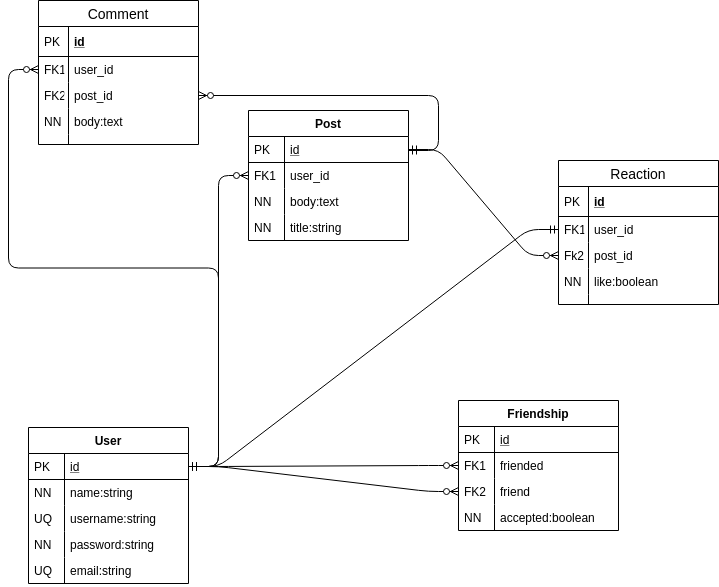
flpfar/ror-social-scaffold keeps this draw.io diagram as docs/erd.png. Above is the earlier version. Source tidied: cells renumbered, new cells last; positions are measured from the earlier drawing's top-left corner, leaving out a move shared by most shapes. Source of this version:
```xml
<mxGraphModel>
  <root>
    <mxCell id="0" />
    <mxCell id="1" parent="0" />
    <mxCell id="2" style="edgeStyle=entityRelationEdgeStyle;fontSize=12;html=1;endArrow=ERzeroToMany;startArrow=ERmandOne;entryX=0;entryY=0.5;entryDx=0;entryDy=0;exitX=1;exitY=0.5;exitDx=0;exitDy=0;" parent="1" edge="1" source="41" target="54">
      <mxGeometry relative="1" as="geometry" />
    </mxCell>
    <mxCell id="3" style="edgeStyle=entityRelationEdgeStyle;fontSize=12;html=1;endArrow=ERzeroToMany;startArrow=ERmandOne;entryX=0;entryY=0.5;entryDx=0;entryDy=0;exitX=1;exitY=0.5;exitDx=0;exitDy=0;" parent="1" edge="1" source="41" target="56">
      <mxGeometry relative="1" as="geometry" />
    </mxCell>
    <mxCell id="4" style="edgeStyle=entityRelationEdgeStyle;fontSize=12;html=1;endArrow=ERzeroToMany;startArrow=ERmandOne;entryX=0;entryY=0.5;entryDx=0;entryDy=0;exitX=1;exitY=0.5;exitDx=0;exitDy=0;" parent="1" edge="1" source="41" target="20">
      <mxGeometry relative="1" as="geometry" />
    </mxCell>
    <mxCell id="5" value="Comment" style="swimlane;fontStyle=0;horizontal=1;startSize=26;align=center;fontSize=14;" parent="1" vertex="1">
      <mxGeometry x="10" width="160" height="144" as="geometry" />
    </mxCell>
    <mxCell id="6" value="id" style="shape=partialRectangle;top=0;left=0;right=0;bottom=1;align=left;verticalAlign=middle;fillColor=none;spacingLeft=34;spacingRight=4;overflow=hidden;fontStyle=5;fontSize=12;" parent="5" vertex="1">
      <mxGeometry y="26" width="160" height="30" as="geometry" />
    </mxCell>
    <mxCell id="7" value="PK" style="shape=partialRectangle;top=0;left=0;bottom=0;fillColor=none;align=left;verticalAlign=middle;spacingLeft=4;spacingRight=4;overflow=hidden;fontSize=12;" parent="6" vertex="1">
      <mxGeometry width="30" height="30" as="geometry" />
    </mxCell>
    <mxCell id="8" value="user_id" style="shape=partialRectangle;top=0;left=0;right=0;bottom=0;align=left;verticalAlign=top;fillColor=none;spacingLeft=34;spacingRight=4;overflow=hidden;points=[[0,0.5],[1,0.5]];portConstraint=eastwest;fontSize=12;" parent="5" vertex="1">
      <mxGeometry y="56" width="160" height="26" as="geometry" />
    </mxCell>
    <mxCell id="9" value="FK1" style="shape=partialRectangle;top=0;left=0;bottom=0;fillColor=none;align=left;verticalAlign=top;spacingLeft=4;spacingRight=4;overflow=hidden;fontSize=12;" parent="8" vertex="1">
      <mxGeometry width="30" height="26" as="geometry" />
    </mxCell>
    <mxCell id="10" value="post_id" style="shape=partialRectangle;top=0;left=0;right=0;bottom=0;align=left;verticalAlign=top;fillColor=none;spacingLeft=34;spacingRight=4;overflow=hidden;points=[[0,0.5],[1,0.5]];portConstraint=eastwest;fontSize=12;" parent="5" vertex="1">
      <mxGeometry y="82" width="160" height="26" as="geometry" />
    </mxCell>
    <mxCell id="11" value="FK2" style="shape=partialRectangle;top=0;left=0;bottom=0;fillColor=none;align=left;verticalAlign=top;spacingLeft=4;spacingRight=4;overflow=hidden;fontSize=12;" parent="10" vertex="1">
      <mxGeometry width="30" height="26" as="geometry" />
    </mxCell>
    <mxCell id="12" value="body:text" style="shape=partialRectangle;top=0;left=0;right=0;bottom=0;align=left;verticalAlign=top;fillColor=none;spacingLeft=34;spacingRight=4;overflow=hidden;fontSize=12;" parent="5" vertex="1">
      <mxGeometry y="108" width="160" height="26" as="geometry" />
    </mxCell>
    <mxCell id="13" value="NN" style="shape=partialRectangle;top=0;left=0;bottom=0;fillColor=none;align=left;verticalAlign=top;spacingLeft=4;spacingRight=4;overflow=hidden;fontSize=12;" parent="12" vertex="1">
      <mxGeometry width="30" height="26" as="geometry" />
    </mxCell>
    <mxCell id="14" style="shape=partialRectangle;top=0;left=0;right=0;bottom=0;align=left;verticalAlign=top;fillColor=none;spacingLeft=34;spacingRight=4;overflow=hidden;fontSize=12;" parent="5" vertex="1">
      <mxGeometry y="134" width="160" height="10" as="geometry" />
    </mxCell>
    <mxCell id="15" style="shape=partialRectangle;top=0;left=0;bottom=0;fillColor=none;align=left;verticalAlign=top;spacingLeft=4;spacingRight=4;overflow=hidden;fontSize=12;" parent="14" vertex="1">
      <mxGeometry width="30" height="10" as="geometry" />
    </mxCell>
    <mxCell id="16" style="edgeStyle=entityRelationEdgeStyle;fontSize=12;html=1;endArrow=ERzeroToMany;startArrow=ERmandOne;entryX=0;entryY=0.5;entryDx=0;entryDy=0;exitX=1;exitY=0.5;exitDx=0;exitDy=0;" parent="1" edge="1" source="41" target="8">
      <mxGeometry relative="1" as="geometry" />
    </mxCell>
    <mxCell id="17" value="Post" style="swimlane;fontStyle=1;horizontal=1;startSize=26;rounded=0;shadow=0;strokeWidth=1;" parent="1" vertex="1">
      <mxGeometry x="220" y="110" width="160" height="130" as="geometry" />
    </mxCell>
    <mxCell id="18" value="id" style="shape=partialRectangle;top=0;left=0;right=0;bottom=1;align=left;verticalAlign=top;fillColor=none;spacingLeft=40;spacingRight=4;overflow=hidden;points=[[0,0.5],[1,0.5]];portConstraint=eastwest;rounded=0;shadow=0;strokeWidth=1;fontStyle=4;" parent="17" vertex="1">
      <mxGeometry y="26" width="160" height="26" as="geometry" />
    </mxCell>
    <mxCell id="19" value="PK" style="shape=partialRectangle;top=0;left=0;bottom=0;fillColor=none;align=left;verticalAlign=top;spacingLeft=4;spacingRight=4;overflow=hidden;" parent="18" vertex="1">
      <mxGeometry width="36" height="26" as="geometry" />
    </mxCell>
    <mxCell id="20" value="user_id" style="shape=partialRectangle;top=0;left=0;right=0;bottom=0;align=left;verticalAlign=top;fillColor=none;spacingLeft=40;spacingRight=4;overflow=hidden;points=[[0,0.5],[1,0.5]];portConstraint=eastwest;rounded=0;shadow=0;strokeWidth=1;" parent="17" vertex="1">
      <mxGeometry y="52" width="160" height="26" as="geometry" />
    </mxCell>
    <mxCell id="21" value="FK1" style="shape=partialRectangle;top=0;left=0;bottom=0;fillColor=none;align=left;verticalAlign=top;spacingLeft=4;spacingRight=4;overflow=hidden;" parent="20" vertex="1">
      <mxGeometry width="36" height="26" as="geometry" />
    </mxCell>
    <mxCell id="22" value="body:text" style="shape=partialRectangle;top=0;left=0;right=0;bottom=0;align=left;verticalAlign=top;fillColor=none;spacingLeft=40;spacingRight=4;overflow=hidden;rounded=0;shadow=0;strokeWidth=1;" parent="17" vertex="1">
      <mxGeometry y="78" width="160" height="26" as="geometry" />
    </mxCell>
    <mxCell id="23" value="NN" style="shape=partialRectangle;top=0;left=0;bottom=0;fillColor=none;align=left;verticalAlign=top;spacingLeft=4;spacingRight=4;overflow=hidden;" parent="22" vertex="1">
      <mxGeometry width="36" height="26" as="geometry" />
    </mxCell>
    <mxCell id="24" value="title:string" style="shape=partialRectangle;top=0;left=0;right=0;bottom=0;align=left;verticalAlign=top;fillColor=none;spacingLeft=40;spacingRight=4;overflow=hidden;rounded=0;shadow=0;strokeWidth=1;" parent="17" vertex="1">
      <mxGeometry y="104" width="160" height="26" as="geometry" />
    </mxCell>
    <mxCell id="25" value="NN" style="shape=partialRectangle;top=0;left=0;bottom=0;fillColor=none;align=left;verticalAlign=top;spacingLeft=4;spacingRight=4;overflow=hidden;" parent="24" vertex="1">
      <mxGeometry width="36" height="26" as="geometry" />
    </mxCell>
    <mxCell id="26" value="Reaction" style="swimlane;fontStyle=0;horizontal=1;startSize=26;align=center;fontSize=14;" parent="1" vertex="1">
      <mxGeometry x="530" y="160" width="160" height="144" as="geometry" />
    </mxCell>
    <mxCell id="27" value="id" style="shape=partialRectangle;top=0;left=0;right=0;bottom=1;align=left;verticalAlign=middle;fillColor=none;spacingLeft=34;spacingRight=4;overflow=hidden;fontStyle=5;fontSize=12;" parent="26" vertex="1">
      <mxGeometry y="26" width="160" height="30" as="geometry" />
    </mxCell>
    <mxCell id="28" value="PK" style="shape=partialRectangle;top=0;left=0;bottom=0;fillColor=none;align=left;verticalAlign=middle;spacingLeft=4;spacingRight=4;overflow=hidden;fontSize=12;" parent="27" vertex="1">
      <mxGeometry width="30" height="30" as="geometry" />
    </mxCell>
    <mxCell id="29" value="user_id" style="shape=partialRectangle;top=0;left=0;right=0;bottom=0;align=left;verticalAlign=top;fillColor=none;spacingLeft=34;spacingRight=4;overflow=hidden;points=[[0,0.5],[1,0.5]];portConstraint=eastwest;fontSize=12;" parent="26" vertex="1">
      <mxGeometry y="56" width="160" height="26" as="geometry" />
    </mxCell>
    <mxCell id="30" value="FK1" style="shape=partialRectangle;top=0;left=0;bottom=0;fillColor=none;align=left;verticalAlign=top;spacingLeft=4;spacingRight=4;overflow=hidden;fontSize=12;" parent="29" vertex="1">
      <mxGeometry width="30" height="26" as="geometry" />
    </mxCell>
    <mxCell id="31" value="post_id" style="shape=partialRectangle;top=0;left=0;right=0;bottom=0;align=left;verticalAlign=top;fillColor=none;spacingLeft=34;spacingRight=4;overflow=hidden;points=[[0,0.5],[1,0.5]];portConstraint=eastwest;fontSize=12;" parent="26" vertex="1">
      <mxGeometry y="82" width="160" height="26" as="geometry" />
    </mxCell>
    <mxCell id="32" value="Fk2" style="shape=partialRectangle;top=0;left=0;bottom=0;fillColor=none;align=left;verticalAlign=top;spacingLeft=4;spacingRight=4;overflow=hidden;fontSize=12;" parent="31" vertex="1">
      <mxGeometry width="30" height="26" as="geometry" />
    </mxCell>
    <mxCell id="33" value="like:boolean" style="shape=partialRectangle;top=0;left=0;right=0;bottom=0;align=left;verticalAlign=top;fillColor=none;spacingLeft=34;spacingRight=4;overflow=hidden;fontSize=12;" parent="26" vertex="1">
      <mxGeometry y="108" width="160" height="26" as="geometry" />
    </mxCell>
    <mxCell id="34" value="NN" style="shape=partialRectangle;top=0;left=0;bottom=0;fillColor=none;align=left;verticalAlign=top;spacingLeft=4;spacingRight=4;overflow=hidden;fontSize=12;" parent="33" vertex="1">
      <mxGeometry width="30" height="26" as="geometry" />
    </mxCell>
    <mxCell id="35" style="shape=partialRectangle;top=0;left=0;right=0;bottom=0;align=left;verticalAlign=top;fillColor=none;spacingLeft=34;spacingRight=4;overflow=hidden;fontSize=12;" parent="26" vertex="1">
      <mxGeometry y="134" width="160" height="10" as="geometry" />
    </mxCell>
    <mxCell id="36" style="shape=partialRectangle;top=0;left=0;bottom=0;fillColor=none;align=left;verticalAlign=top;spacingLeft=4;spacingRight=4;overflow=hidden;fontSize=12;" parent="35" vertex="1">
      <mxGeometry width="30" height="10" as="geometry" />
    </mxCell>
    <mxCell id="37" style="edgeStyle=entityRelationEdgeStyle;fontSize=12;html=1;endArrow=ERzeroToMany;startArrow=ERmandOne;entryX=0;entryY=0.5;entryDx=0;entryDy=0;exitX=1;exitY=0.5;exitDx=0;exitDy=0;" parent="1" edge="1" source="18" target="31">
      <mxGeometry relative="1" as="geometry" />
    </mxCell>
    <mxCell id="38" style="edgeStyle=entityRelationEdgeStyle;fontSize=12;html=1;endArrow=ERmandOne;startArrow=ERmandOne;exitX=1;exitY=0.5;exitDx=0;exitDy=0;entryX=0;entryY=0.5;entryDx=0;entryDy=0;" parent="1" edge="1" source="41" target="29">
      <mxGeometry relative="1" as="geometry" />
    </mxCell>
    <mxCell id="39" style="edgeStyle=entityRelationEdgeStyle;fontSize=12;html=1;endArrow=ERzeroToMany;startArrow=ERmandOne;" parent="1" edge="1" target="10">
      <mxGeometry relative="1" as="geometry">
        <mxPoint x="380" y="150" as="sourcePoint" />
      </mxGeometry>
    </mxCell>
    <mxCell id="40" value="User" style="swimlane;fontStyle=1;horizontal=1;startSize=26;rounded=0;shadow=0;strokeWidth=1;" parent="1" vertex="1">
      <mxGeometry y="427" width="160" height="156" as="geometry" />
    </mxCell>
    <mxCell id="41" value="id" style="shape=partialRectangle;top=0;left=0;right=0;bottom=1;align=left;verticalAlign=top;fillColor=none;spacingLeft=40;spacingRight=4;overflow=hidden;points=[[0,0.5],[1,0.5]];portConstraint=eastwest;rounded=0;shadow=0;strokeWidth=1;fontStyle=4;" parent="40" vertex="1">
      <mxGeometry y="26" width="160" height="26" as="geometry" />
    </mxCell>
    <mxCell id="42" value="PK" style="shape=partialRectangle;top=0;left=0;bottom=0;fillColor=none;align=left;verticalAlign=top;spacingLeft=4;spacingRight=4;overflow=hidden;" parent="41" vertex="1">
      <mxGeometry width="36" height="26" as="geometry" />
    </mxCell>
    <mxCell id="43" value="name:string" style="shape=partialRectangle;top=0;left=0;right=0;bottom=0;align=left;verticalAlign=top;fillColor=none;spacingLeft=40;spacingRight=4;overflow=hidden;rounded=0;shadow=0;strokeWidth=1;" parent="40" vertex="1">
      <mxGeometry y="52" width="160" height="26" as="geometry" />
    </mxCell>
    <mxCell id="44" value="NN" style="shape=partialRectangle;top=0;left=0;bottom=0;fillColor=none;align=left;verticalAlign=top;spacingLeft=4;spacingRight=4;overflow=hidden;" parent="43" vertex="1">
      <mxGeometry width="36" height="26" as="geometry" />
    </mxCell>
    <mxCell id="45" value="username:string" style="shape=partialRectangle;top=0;left=0;right=0;bottom=0;align=left;verticalAlign=top;fillColor=none;spacingLeft=40;spacingRight=4;overflow=hidden;rounded=0;shadow=0;strokeWidth=1;" parent="40" vertex="1">
      <mxGeometry y="78" width="160" height="26" as="geometry" />
    </mxCell>
    <mxCell id="46" value="UQ" style="shape=partialRectangle;top=0;left=0;bottom=0;fillColor=none;align=left;verticalAlign=top;spacingLeft=4;spacingRight=4;overflow=hidden;" parent="45" vertex="1">
      <mxGeometry width="36" height="26" as="geometry" />
    </mxCell>
    <mxCell id="47" value="password:string" style="shape=partialRectangle;top=0;left=0;right=0;bottom=0;align=left;verticalAlign=top;fillColor=none;spacingLeft=40;spacingRight=4;overflow=hidden;rounded=0;shadow=0;strokeWidth=1;" parent="40" vertex="1">
      <mxGeometry y="104" width="160" height="26" as="geometry" />
    </mxCell>
    <mxCell id="48" value="NN" style="shape=partialRectangle;top=0;left=0;bottom=0;fillColor=none;align=left;verticalAlign=top;spacingLeft=4;spacingRight=4;overflow=hidden;" parent="47" vertex="1">
      <mxGeometry width="36" height="26" as="geometry" />
    </mxCell>
    <mxCell id="49" value="email:string" style="shape=partialRectangle;top=0;left=0;right=0;bottom=0;align=left;verticalAlign=top;fillColor=none;spacingLeft=40;spacingRight=4;overflow=hidden;rounded=0;shadow=0;strokeWidth=1;" parent="40" vertex="1">
      <mxGeometry y="130" width="160" height="26" as="geometry" />
    </mxCell>
    <mxCell id="50" value="UQ" style="shape=partialRectangle;top=0;left=0;bottom=0;fillColor=none;align=left;verticalAlign=top;spacingLeft=4;spacingRight=4;overflow=hidden;" parent="49" vertex="1">
      <mxGeometry width="36" height="26" as="geometry" />
    </mxCell>
    <mxCell id="51" value="Friendship" style="swimlane;fontStyle=1;horizontal=1;startSize=26;rounded=0;shadow=0;strokeWidth=1;" parent="1" vertex="1">
      <mxGeometry x="430" y="400" width="160" height="130" as="geometry" />
    </mxCell>
    <mxCell id="52" value="id" style="shape=partialRectangle;top=0;left=0;right=0;bottom=1;align=left;verticalAlign=top;fillColor=none;spacingLeft=40;spacingRight=4;overflow=hidden;rounded=0;shadow=0;strokeWidth=1;fontStyle=4;" parent="51" vertex="1">
      <mxGeometry y="26" width="160" height="26" as="geometry" />
    </mxCell>
    <mxCell id="53" value="PK" style="shape=partialRectangle;top=0;left=0;bottom=0;fillColor=none;align=left;verticalAlign=top;spacingLeft=4;spacingRight=4;overflow=hidden;" parent="52" vertex="1">
      <mxGeometry width="36" height="26" as="geometry" />
    </mxCell>
    <mxCell id="54" value="friended" style="shape=partialRectangle;top=0;left=0;right=0;bottom=0;align=left;verticalAlign=top;fillColor=none;spacingLeft=40;spacingRight=4;overflow=hidden;points=[[0,0.5],[1,0.5]];portConstraint=eastwest;rounded=0;shadow=0;strokeWidth=1;" parent="51" vertex="1">
      <mxGeometry y="52" width="160" height="26" as="geometry" />
    </mxCell>
    <mxCell id="55" value="FK1" style="shape=partialRectangle;top=0;left=0;bottom=0;fillColor=none;align=left;verticalAlign=top;spacingLeft=4;spacingRight=4;overflow=hidden;" parent="54" vertex="1">
      <mxGeometry width="36" height="26" as="geometry" />
    </mxCell>
    <mxCell id="56" value="friend" style="shape=partialRectangle;top=0;left=0;right=0;bottom=0;align=left;verticalAlign=top;fillColor=none;spacingLeft=40;spacingRight=4;overflow=hidden;points=[[0,0.5],[1,0.5]];portConstraint=eastwest;rounded=0;shadow=0;strokeWidth=1;" parent="51" vertex="1">
      <mxGeometry y="78" width="160" height="26" as="geometry" />
    </mxCell>
    <mxCell id="57" value="FK2" style="shape=partialRectangle;top=0;left=0;bottom=0;fillColor=none;align=left;verticalAlign=top;spacingLeft=4;spacingRight=4;overflow=hidden;" parent="56" vertex="1">
      <mxGeometry width="36" height="26" as="geometry" />
    </mxCell>
    <mxCell id="58" value="accepted:boolean" style="shape=partialRectangle;top=0;left=0;right=0;bottom=0;align=left;verticalAlign=top;fillColor=none;spacingLeft=40;spacingRight=4;overflow=hidden;rounded=0;shadow=0;strokeWidth=1;" parent="51" vertex="1">
      <mxGeometry y="104" width="160" height="26" as="geometry" />
    </mxCell>
    <mxCell id="59" value="NN" style="shape=partialRectangle;top=0;left=0;bottom=0;fillColor=none;align=left;verticalAlign=top;spacingLeft=4;spacingRight=4;overflow=hidden;" parent="58" vertex="1">
      <mxGeometry width="36" height="26" as="geometry" />
    </mxCell>
  </root>
</mxGraphModel>
```
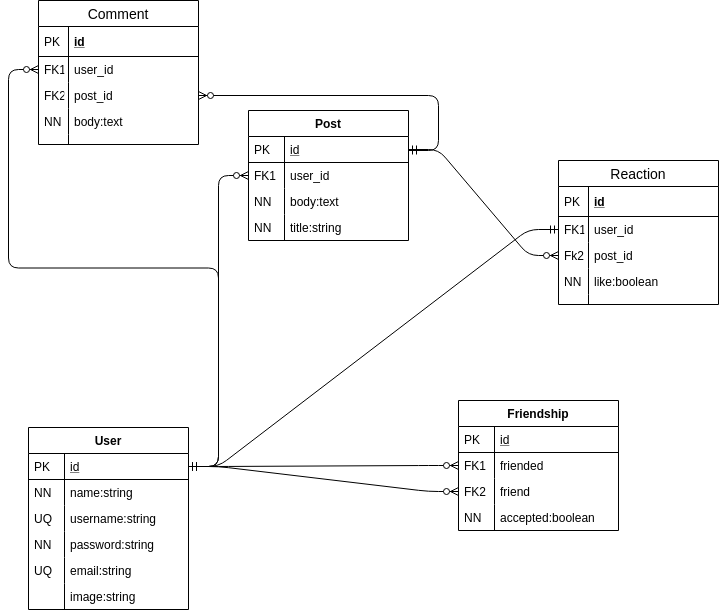
After the change.

Commit message:
Add image field to user in erd

What changed in the source:
```diff
@@ -119,7 +119,7 @@
       </mxGeometry>
     </mxCell>
     <mxCell id="40" value="User" style="swimlane;fontStyle=1;horizontal=1;startSize=26;rounded=0;shadow=0;strokeWidth=1;" parent="1" vertex="1">
-      <mxGeometry y="427" width="160" height="156" as="geometry" />
+      <mxGeometry y="427" width="160" height="182" as="geometry" />
     </mxCell>
     <mxCell id="41" value="id" style="shape=partialRectangle;top=0;left=0;right=0;bottom=1;align=left;verticalAlign=top;fillColor=none;spacingLeft=40;spacingRight=4;overflow=hidden;points=[[0,0.5],[1,0.5]];portConstraint=eastwest;rounded=0;shadow=0;strokeWidth=1;fontStyle=4;" parent="40" vertex="1">
       <mxGeometry y="26" width="160" height="26" as="geometry" />
@@ -151,6 +151,12 @@
     <mxCell id="50" value="UQ" style="shape=partialRectangle;top=0;left=0;bottom=0;fillColor=none;align=left;verticalAlign=top;spacingLeft=4;spacingRight=4;overflow=hidden;" parent="49" vertex="1">
       <mxGeometry width="36" height="26" as="geometry" />
     </mxCell>
+    <mxCell id="60" value="image:string" style="shape=partialRectangle;top=0;left=0;right=0;bottom=0;align=left;verticalAlign=top;fillColor=none;spacingLeft=40;spacingRight=4;overflow=hidden;rounded=0;shadow=0;strokeWidth=1;" parent="40" vertex="1">
+      <mxGeometry y="156" width="160" height="26" as="geometry" />
+    </mxCell>
+    <mxCell id="61" style="shape=partialRectangle;top=0;left=0;bottom=0;fillColor=none;align=left;verticalAlign=top;spacingLeft=4;spacingRight=4;overflow=hidden;" parent="60" vertex="1">
+      <mxGeometry width="36" height="26" as="geometry" />
+    </mxCell>
     <mxCell id="51" value="Friendship" style="swimlane;fontStyle=1;horizontal=1;startSize=26;rounded=0;shadow=0;strokeWidth=1;" parent="1" vertex="1">
       <mxGeometry x="430" y="400" width="160" height="130" as="geometry" />
     </mxCell>
```
